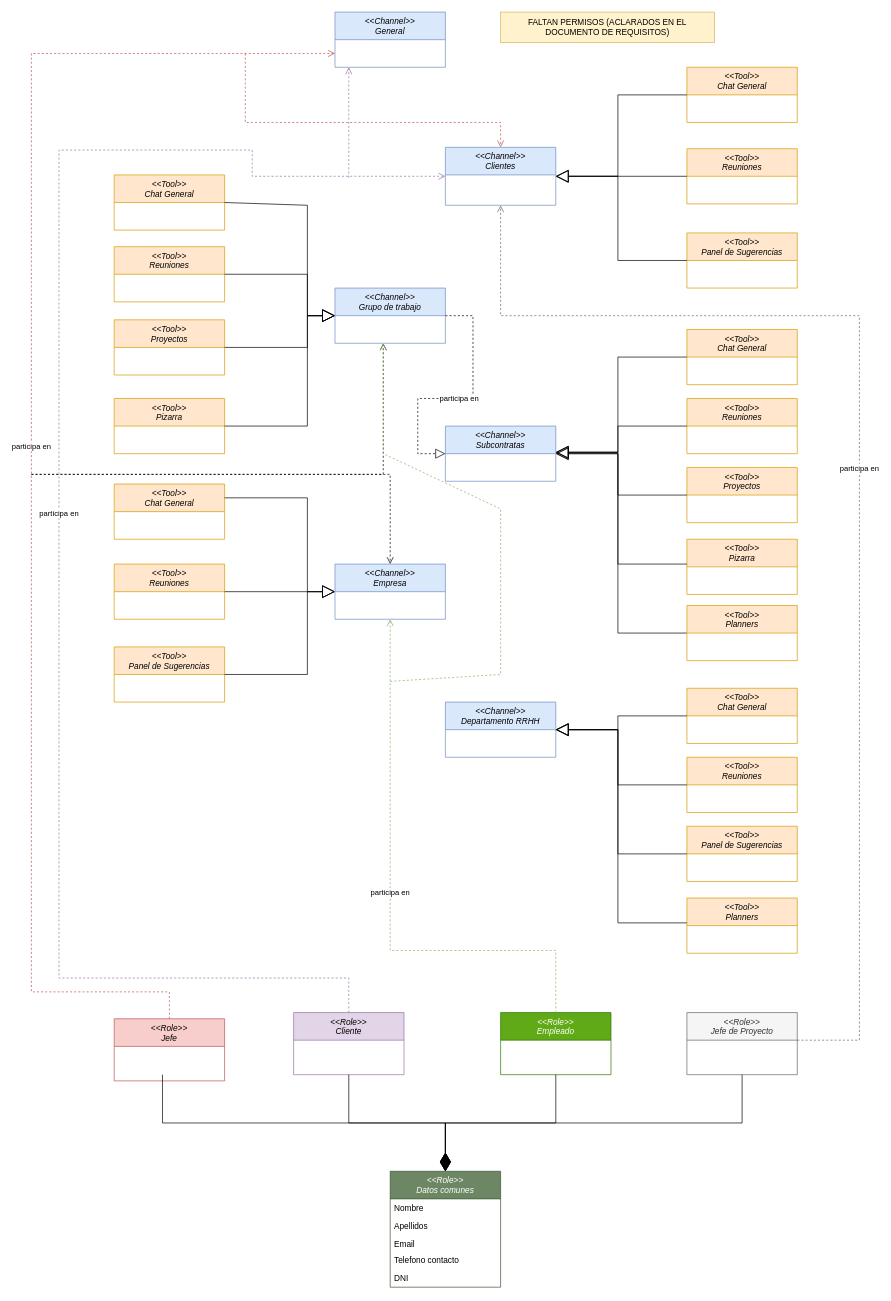
The draw.io diagram Entrega 6 (10 Diciembre)/Documentación Diseño/UML Diseño RSI-2.drawio in EsDeSepa/GSI-2122-G04, before the edit. Source tidied: cells renumbered, new cells numbered last; positions are measured from the earlier drawing's top-left corner, leaving out a move shared by most shapes. Both pictures are drawn from the tidied source at 69%, with x=0, y=0 at pixel (31, 12).
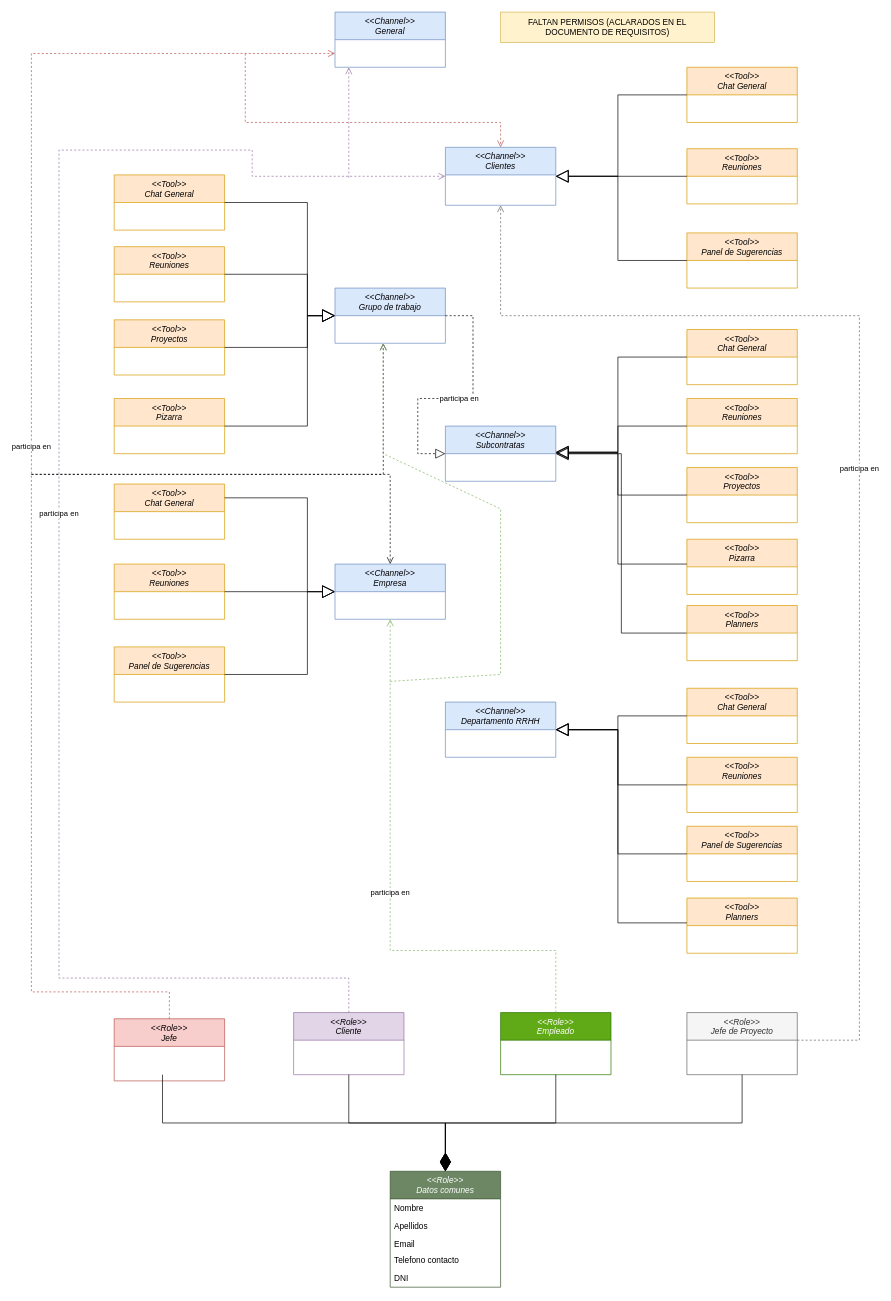
Above is the later version.

Unchanged cells that the change refers to:
```xml
<mxCell id="4" value="&lt;&lt;Channel&gt;&gt;&#10;Subcontratas" style="swimlane;fontStyle=2;align=center;verticalAlign=top;horizontal=1;startSize=40;rounded=0;shadow=0;strokeWidth=1;fillColor=#dae8fc;strokeColor=#6c8ebf;" parent="1" vertex="1">
  <mxGeometry x="600" y="600" width="160" height="80" as="geometry" />
</mxCell>
<mxCell id="5" value="&lt;&lt;Channel&gt;&gt;&#10;Grupo de trabajo" style="swimlane;fontStyle=2;align=center;verticalAlign=top;horizontal=1;startSize=40;rounded=0;shadow=0;strokeWidth=1;fillColor=#dae8fc;strokeColor=#6c8ebf;" parent="1" vertex="1">
  <mxGeometry x="440" y="400" width="160" height="80" as="geometry" />
</mxCell>
<mxCell id="28" value="&lt;&lt;Tool&gt;&gt;&#10;Chat General" style="swimlane;fontStyle=2;align=center;verticalAlign=top;horizontal=1;startSize=40;rounded=0;shadow=0;strokeWidth=1;fillColor=#ffe6cc;strokeColor=#d79b00;" parent="1" vertex="1">
  <mxGeometry x="120" y="236" width="160" height="80" as="geometry" />
</mxCell>
<mxCell id="34" value="&lt;&lt;Tool&gt;&gt;&#10;Chat General" style="swimlane;fontStyle=2;align=center;verticalAlign=top;horizontal=1;startSize=40;rounded=0;shadow=0;strokeWidth=1;fillColor=#ffe6cc;strokeColor=#d79b00;" parent="1" vertex="1">
  <mxGeometry x="950" y="460" width="160" height="80" as="geometry" />
</mxCell>
<mxCell id="45" value="&lt;&lt;Tool&gt;&gt;&#10;Planners" style="swimlane;fontStyle=2;align=center;verticalAlign=top;horizontal=1;startSize=40;rounded=0;shadow=0;strokeWidth=1;fillColor=#ffe6cc;strokeColor=#d79b00;" parent="1" vertex="1">
  <mxGeometry x="950" y="860" width="160" height="80" as="geometry" />
</mxCell>
```

Change to the diagram source:
```diff
@@
-    <mxCell id="33" style="endArrow=block;endSize=16;endFill=0;html=1;rounded=0;fillColor=#000000;exitX=1;exitY=0.5;exitDx=0;exitDy=0;entryX=0;entryY=0.5;entryDx=0;entryDy=0;" parent="1" edge="1" source="28" target="5">
+    <mxCell id="33" style="endArrow=block;endSize=16;endFill=0;html=1;rounded=0;fillColor=#000000;exitX=1;exitY=0.5;exitDx=0;exitDy=0;entryX=0;entryY=0.5;entryDx=0;entryDy=0;edgeStyle=orthogonalEdgeStyle;" parent="1" edge="1" source="28" target="5">
       <mxGeometry relative="1" as="geometry">
         <Array as="points">
-          <mxPoint x="400" y="280" />
+          <mxPoint x="400" y="276" />
           <mxPoint x="400" y="440" />
         </Array>
       </mxGeometry>
     </mxCell>
@@
-    <mxCell id="39" style="endArrow=block;endSize=16;endFill=0;html=1;rounded=0;fillColor=#000000;exitX=0;exitY=0.5;exitDx=0;exitDy=0;entryX=1;entryY=0.5;entryDx=0;entryDy=0;" parent="1" edge="1" source="34">
+    <mxCell id="39" style="endArrow=block;endSize=16;endFill=0;html=1;rounded=0;fillColor=#000000;exitX=0;exitY=0.5;exitDx=0;exitDy=0;" parent="1" edge="1" source="34">
       <mxGeometry relative="1" as="geometry">
         <mxPoint x="760" y="638" as="targetPoint" />
         <Array as="points">
           <mxPoint x="850" y="500" />
           <mxPoint x="850" y="638" />
         </Array>
       </mxGeometry>
     </mxCell>
@@
-    <mxCell id="44" style="endArrow=block;endSize=16;endFill=0;html=1;rounded=0;fillColor=#000000;exitX=0;exitY=0.5;exitDx=0;exitDy=0;" parent="1" edge="1" source="45">
+    <mxCell id="44" style="endArrow=block;endSize=16;endFill=0;html=1;rounded=0;fillColor=#000000;exitX=0;exitY=0.5;exitDx=0;exitDy=0;entryX=1;entryY=0.5;entryDx=0;entryDy=0;edgeStyle=orthogonalEdgeStyle;" parent="1" edge="1" source="45" target="4">
       <mxGeometry relative="1" as="geometry">
-        <mxPoint x="760" y="640" as="targetPoint" />
         <Array as="points">
-          <mxPoint x="850" y="900" />
-          <mxPoint x="850" y="640" />
+          <mxPoint x="855" y="900" />
+          <mxPoint x="855" y="640" />
         </Array>
       </mxGeometry>
     </mxCell>
```
